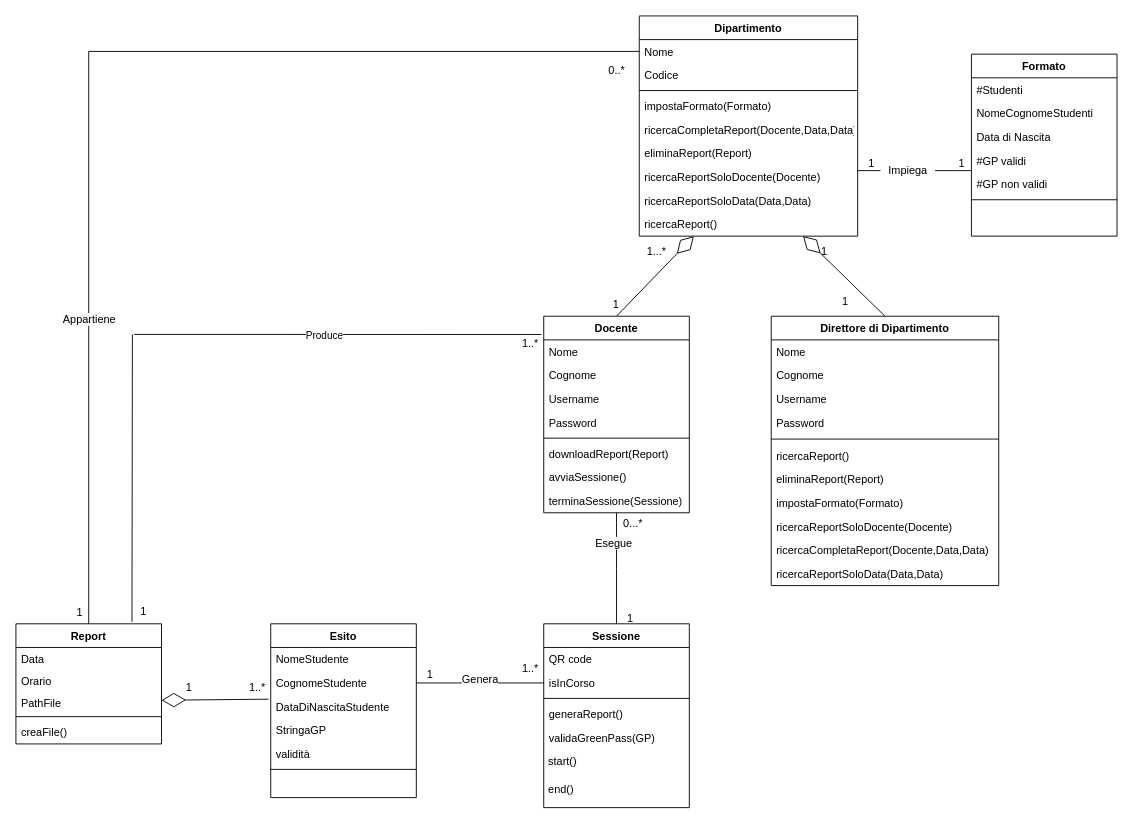
This is Documentazione/Resources/Class Diagram/Class Diagram.drawio from Alberto-00/EasyPass, a draw.io file, before an edit. Source tidied: cells renumbered, new cells numbered last; positions are measured from the earlier drawing's top-left corner, leaving out a move shared by most shapes. Both pictures are drawn from the tidied source at 91%, with x=0, y=0 at pixel (15, 15).
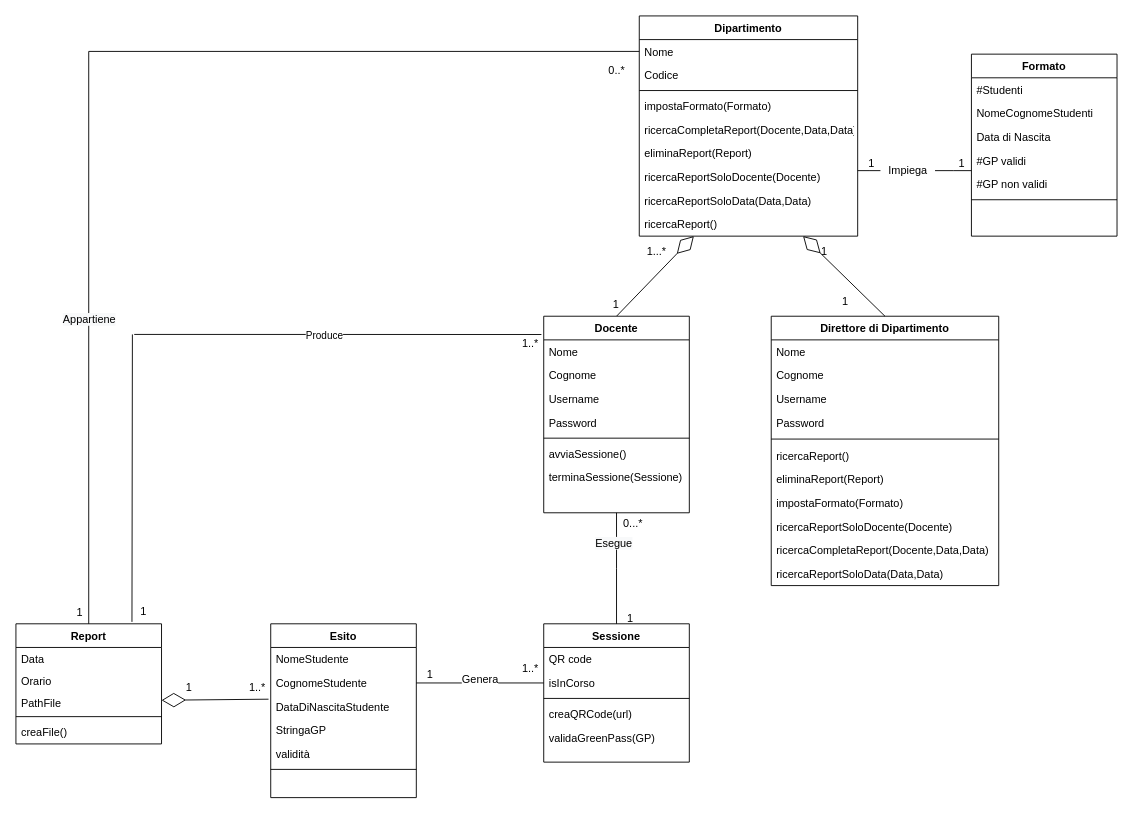
After the change.

The change refers to these unchanged cells:
```xml
<mxCell id="43" value="Report" style="swimlane;fontStyle=1;align=center;verticalAlign=top;horizontal=1;startSize=26;rounded=0;shadow=0;strokeWidth=1;" parent="1" vertex="1">
  <mxGeometry y="668" width="160" height="132" as="geometry" />
</mxCell>
<mxCell id="65" value="Docente" style="swimlane;fontStyle=1;align=center;verticalAlign=top;horizontal=1;startSize=26;rounded=0;shadow=0;strokeWidth=1;" parent="1" vertex="1">
  <mxGeometry x="580" y="330" width="160" height="216" as="geometry" />
</mxCell>
```

What changed in the source:
```diff
@@
     <mxCell id="35" value="Sessione" style="swimlane;fontStyle=1;align=center;verticalAlign=top;horizontal=1;startSize=26;rounded=0;shadow=0;strokeWidth=1;" parent="1" vertex="1">
-      <mxGeometry x="580" y="668" width="160" height="202" as="geometry" />
+      <mxGeometry x="580" y="668" width="160" height="152" as="geometry" />
     </mxCell>
@@
-    <mxCell id="39" value="generaReport()" style="text;align=left;verticalAlign=top;spacingLeft=4;spacingRight=4;overflow=hidden;fontStyle=0;" parent="35" vertex="1">
+    <mxCell id="39" value="creaQRCode(url)" style="text;align=left;verticalAlign=top;spacingLeft=4;spacingRight=4;overflow=hidden;fontStyle=0;" parent="35" vertex="1">
       <mxGeometry y="86" width="160" height="26" as="geometry" />
     </mxCell>
@@
-    <mxCell id="41" value="&lt;span style=&quot;color: rgb(0 , 0 , 0) ; font-family: &amp;#34;helvetica&amp;#34; ; font-size: 12px ; font-style: normal ; font-weight: 400 ; letter-spacing: normal ; text-align: left ; text-indent: 0px ; text-transform: none ; word-spacing: 0px ; background-color: rgb(248 , 249 , 250) ; display: inline ; float: none&quot;&gt;&amp;nbsp;start()&lt;/span&gt;" style="text;whiteSpace=wrap;html=1;" parent="35" vertex="1">
-      <mxGeometry y="138" width="160" height="30" as="geometry" />
-    </mxCell>
-    <mxCell id="42" value="&lt;span style=&quot;font-family: &amp;#34;helvetica&amp;#34;&quot;&gt;&amp;nbsp;end()&lt;/span&gt;" style="text;whiteSpace=wrap;html=1;" parent="35" vertex="1">
-      <mxGeometry y="168" width="160" height="30" as="geometry" />
-    </mxCell>
@@
-    <mxCell id="48" value="creaFile()" style="text;align=left;verticalAlign=top;spacingLeft=4;spacingRight=4;overflow=hidden;fontStyle=0;" parent="43" vertex="1">
+    <mxCell id="48" value="creaFile()&#10;" style="text;align=left;verticalAlign=top;spacingLeft=4;spacingRight=4;overflow=hidden;fontStyle=0;" parent="43" vertex="1">
       <mxGeometry y="106" width="160" height="26" as="geometry" />
     </mxCell>
@@
-    <mxCell id="71" value="downloadReport(Report)" style="text;align=left;verticalAlign=top;spacingLeft=4;spacingRight=4;overflow=hidden;rounded=0;shadow=0;html=0;" parent="65" vertex="1">
-      <mxGeometry y="138" width="160" height="26" as="geometry" />
-    </mxCell>
     <mxCell id="72" value="avviaSessione()" style="text;align=left;verticalAlign=top;spacingLeft=4;spacingRight=4;overflow=hidden;rounded=0;shadow=0;html=0;" parent="65" vertex="1">
-      <mxGeometry y="164" width="160" height="26" as="geometry" />
+      <mxGeometry y="138" width="160" height="26" as="geometry" />
     </mxCell>
     <mxCell id="73" value="terminaSessione(Sessione)" style="text;align=left;verticalAlign=top;spacingLeft=4;spacingRight=4;overflow=hidden;rounded=0;shadow=0;html=0;" parent="65" vertex="1">
-      <mxGeometry y="190" width="160" height="26" as="geometry" />
+      <mxGeometry y="164" width="160" height="26" as="geometry" />
     </mxCell>
```
